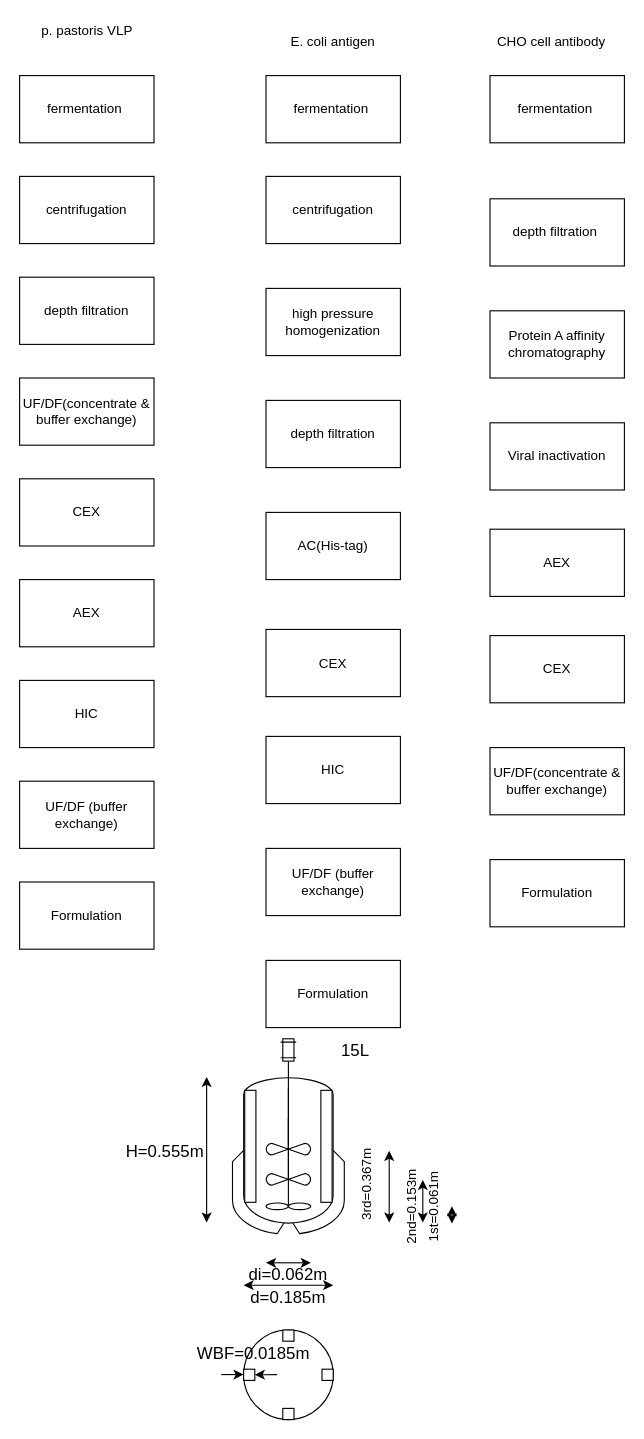
Above: 0033.drawio in ucbeanz/test (draw.io), before the change. Source tidied: cells renumbered, new cells numbered last; positions are measured from the earlier drawing's top-left corner, leaving out a move shared by most shapes. Both pictures are drawn from the tidied source at 112%, with x=0, y=0 at pixel (19, 19).
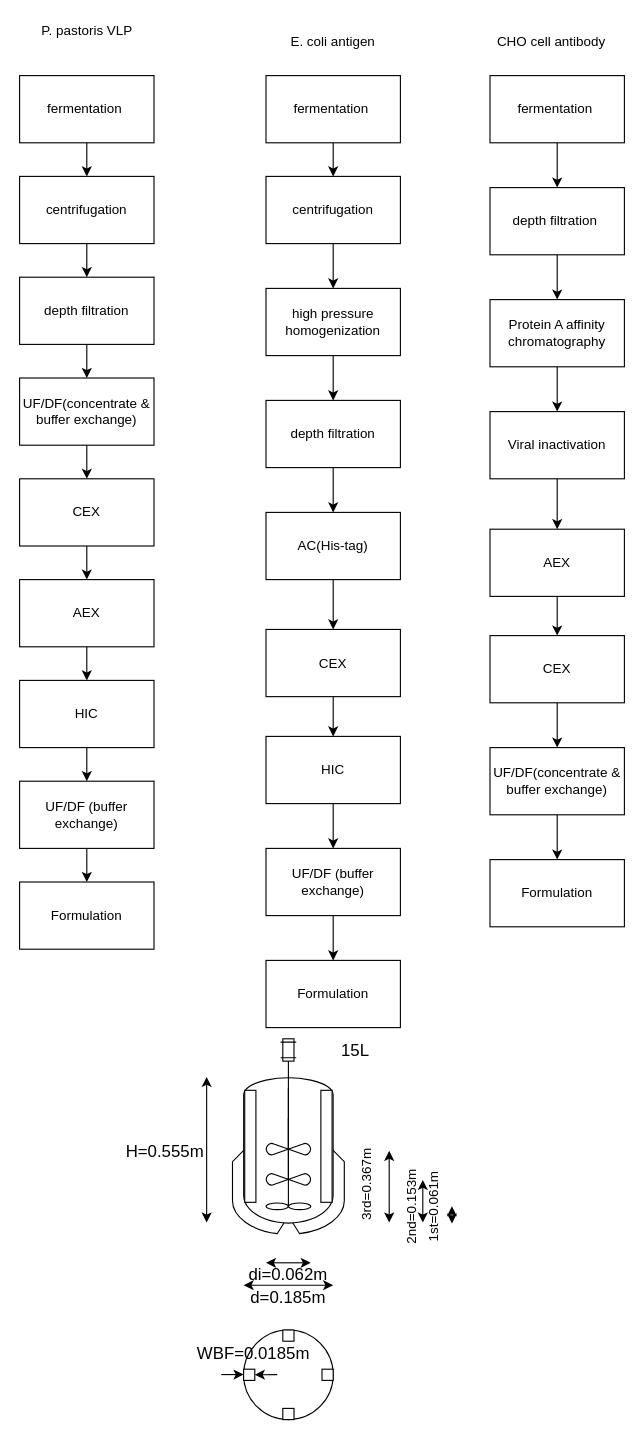
After the change.

Unchanged cells that the change refers to:
```xml
<mxCell id="2" value="fermentation&amp;nbsp;" style="rounded=0;whiteSpace=wrap;html=1;" parent="1" vertex="1">
  <mxGeometry y="50" width="120" height="60" as="geometry" />
</mxCell>
<mxCell id="3" value="centrifugation" style="rounded=0;whiteSpace=wrap;html=1;" parent="1" vertex="1">
  <mxGeometry y="140" width="120" height="60" as="geometry" />
</mxCell>
<mxCell id="4" value="depth filtration" style="rounded=0;whiteSpace=wrap;html=1;" parent="1" vertex="1">
  <mxGeometry y="230" width="120" height="60" as="geometry" />
</mxCell>
<mxCell id="6" value="CEX" style="rounded=0;whiteSpace=wrap;html=1;" parent="1" vertex="1">
  <mxGeometry y="410" width="120" height="60" as="geometry" />
</mxCell>
<mxCell id="7" value="AEX" style="rounded=0;whiteSpace=wrap;html=1;" parent="1" vertex="1">
  <mxGeometry y="500" width="120" height="60" as="geometry" />
</mxCell>
<mxCell id="8" value="HIC" style="rounded=0;whiteSpace=wrap;html=1;" parent="1" vertex="1">
  <mxGeometry y="590" width="120" height="60" as="geometry" />
</mxCell>
<mxCell id="9" value="UF/DF (buffer exchange)" style="rounded=0;whiteSpace=wrap;html=1;" parent="1" vertex="1">
  <mxGeometry y="680" width="120" height="60" as="geometry" />
</mxCell>
<mxCell id="10" value="Formulation" style="rounded=0;whiteSpace=wrap;html=1;" parent="1" vertex="1">
  <mxGeometry y="770" width="120" height="60" as="geometry" />
</mxCell>
<mxCell id="11" value="UF/DF(concentrate &amp;amp; buffer exchange)" style="rounded=0;whiteSpace=wrap;html=1;" parent="1" vertex="1">
  <mxGeometry y="320" width="120" height="60" as="geometry" />
</mxCell>
<mxCell id="39" value="fermentation&amp;nbsp;" style="rounded=0;whiteSpace=wrap;html=1;" parent="1" vertex="1">
  <mxGeometry x="220" y="50" width="120" height="60" as="geometry" />
</mxCell>
<mxCell id="40" value="centrifugation" style="rounded=0;whiteSpace=wrap;html=1;" parent="1" vertex="1">
  <mxGeometry x="220" y="140" width="120" height="60" as="geometry" />
</mxCell>
<mxCell id="41" value="depth filtration" style="rounded=0;whiteSpace=wrap;html=1;" parent="1" vertex="1">
  <mxGeometry x="220" y="340" width="120" height="60" as="geometry" />
</mxCell>
<mxCell id="43" value="fermentation&amp;nbsp;" style="rounded=0;whiteSpace=wrap;html=1;" parent="1" vertex="1">
  <mxGeometry x="420" y="50" width="120" height="60" as="geometry" />
</mxCell>
<mxCell id="46" value="AEX" style="rounded=0;whiteSpace=wrap;html=1;" parent="1" vertex="1">
  <mxGeometry x="420" y="455" width="120" height="60" as="geometry" />
</mxCell>
<mxCell id="47" value="CEX" style="rounded=0;whiteSpace=wrap;html=1;" parent="1" vertex="1">
  <mxGeometry x="420" y="550" width="120" height="60" as="geometry" />
</mxCell>
<mxCell id="49" value="UF/DF(concentrate &amp;amp; buffer exchange)" style="rounded=0;whiteSpace=wrap;html=1;" parent="1" vertex="1">
  <mxGeometry x="420" y="650" width="120" height="60" as="geometry" />
</mxCell>
<mxCell id="50" value="Formulation" style="rounded=0;whiteSpace=wrap;html=1;" parent="1" vertex="1">
  <mxGeometry x="420" y="750" width="120" height="60" as="geometry" />
</mxCell>
<mxCell id="52" value="CEX" style="rounded=0;whiteSpace=wrap;html=1;" parent="1" vertex="1">
  <mxGeometry x="220" y="544.5" width="120" height="60" as="geometry" />
</mxCell>
<mxCell id="53" value="HIC" style="rounded=0;whiteSpace=wrap;html=1;" parent="1" vertex="1">
  <mxGeometry x="220" y="640" width="120" height="60" as="geometry" />
</mxCell>
<mxCell id="54" value="UF/DF (buffer exchange)" style="rounded=0;whiteSpace=wrap;html=1;" parent="1" vertex="1">
  <mxGeometry x="220" y="740" width="120" height="60" as="geometry" />
</mxCell>
<mxCell id="55" value="Formulation" style="rounded=0;whiteSpace=wrap;html=1;" parent="1" vertex="1">
  <mxGeometry x="220" y="840" width="120" height="60" as="geometry" />
</mxCell>
<mxCell id="56" value="AC(His-tag)" style="rounded=0;whiteSpace=wrap;html=1;" parent="1" vertex="1">
  <mxGeometry x="220" y="440" width="120" height="60" as="geometry" />
</mxCell>
<mxCell id="57" value="high pressure homogenization" style="rounded=0;whiteSpace=wrap;html=1;" parent="1" vertex="1">
  <mxGeometry x="220" y="240" width="120" height="60" as="geometry" />
</mxCell>
```

Diff of the diagram source:
```diff
@@
+    <mxCell id="58" style="edgeStyle=orthogonalEdgeStyle;rounded=0;jettySize=auto;html=1;exitX=0.5;exitY=1;exitDx=0;exitDy=0;entryX=0.5;entryY=0;entryDx=0;entryDy=0;" parent="1" edge="1" source="2" target="3">
+      <mxGeometry relative="1" as="geometry" />
+    </mxCell>
@@
+    <mxCell id="59" style="edgeStyle=orthogonalEdgeStyle;rounded=0;jettySize=auto;html=1;exitX=0.5;exitY=1;exitDx=0;exitDy=0;" parent="1" edge="1" source="3" target="4">
+      <mxGeometry relative="1" as="geometry" />
+    </mxCell>
@@
+    <mxCell id="60" style="edgeStyle=orthogonalEdgeStyle;rounded=0;jettySize=auto;html=1;exitX=0.5;exitY=1;exitDx=0;exitDy=0;entryX=0.5;entryY=0;entryDx=0;entryDy=0;" parent="1" edge="1" source="4" target="11">
+      <mxGeometry relative="1" as="geometry" />
+    </mxCell>
@@
-    <mxCell id="5" value="p. pastoris VLP" style="text;html=1;align=center;verticalAlign=middle;" parent="1" vertex="1">
+    <mxCell id="5" value="P. pastoris VLP" style="text;html=1;align=center;verticalAlign=middle;" parent="1" vertex="1">
       <mxGeometry x="10" width="100" height="20" as="geometry" />
     </mxCell>
+    <mxCell id="61" style="edgeStyle=orthogonalEdgeStyle;rounded=0;jettySize=auto;html=1;exitX=0.5;exitY=1;exitDx=0;exitDy=0;entryX=0.5;entryY=0;entryDx=0;entryDy=0;" parent="1" edge="1" source="6" target="7">
+      <mxGeometry relative="1" as="geometry" />
+    </mxCell>
@@
+    <mxCell id="62" style="edgeStyle=orthogonalEdgeStyle;rounded=0;jettySize=auto;html=1;exitX=0.5;exitY=1;exitDx=0;exitDy=0;entryX=0.5;entryY=0;entryDx=0;entryDy=0;" parent="1" edge="1" source="7" target="8">
+      <mxGeometry relative="1" as="geometry" />
+    </mxCell>
@@
+    <mxCell id="63" style="edgeStyle=orthogonalEdgeStyle;rounded=0;jettySize=auto;html=1;exitX=0.5;exitY=1;exitDx=0;exitDy=0;entryX=0.5;entryY=0;entryDx=0;entryDy=0;" parent="1" edge="1" source="8" target="9">
+      <mxGeometry relative="1" as="geometry" />
+    </mxCell>
@@
+    <mxCell id="64" style="edgeStyle=orthogonalEdgeStyle;rounded=0;jettySize=auto;html=1;exitX=0.5;exitY=1;exitDx=0;exitDy=0;" parent="1" edge="1" source="9" target="10">
+      <mxGeometry relative="1" as="geometry" />
+    </mxCell>
@@
+    <mxCell id="65" style="edgeStyle=orthogonalEdgeStyle;rounded=0;jettySize=auto;html=1;" parent="1" edge="1" source="11" target="6">
+      <mxGeometry relative="1" as="geometry" />
+    </mxCell>
@@
+    <mxCell id="66" style="edgeStyle=orthogonalEdgeStyle;rounded=0;jettySize=auto;html=1;exitX=0.5;exitY=1;exitDx=0;exitDy=0;entryX=0.5;entryY=0;entryDx=0;entryDy=0;" parent="1" edge="1" source="39" target="40">
+      <mxGeometry relative="1" as="geometry" />
+    </mxCell>
@@
+    <mxCell id="67" style="edgeStyle=orthogonalEdgeStyle;rounded=0;jettySize=auto;html=1;exitX=0.5;exitY=1;exitDx=0;exitDy=0;entryX=0.5;entryY=0;entryDx=0;entryDy=0;" parent="1" edge="1" source="40" target="57">
+      <mxGeometry relative="1" as="geometry" />
+    </mxCell>
@@
+    <mxCell id="68" style="edgeStyle=orthogonalEdgeStyle;rounded=0;jettySize=auto;html=1;exitX=0.5;exitY=1;exitDx=0;exitDy=0;entryX=0.5;entryY=0;entryDx=0;entryDy=0;" parent="1" edge="1" source="41" target="56">
+      <mxGeometry relative="1" as="geometry" />
+    </mxCell>
@@
+    <mxCell id="69" style="edgeStyle=orthogonalEdgeStyle;rounded=0;jettySize=auto;html=1;exitX=0.5;exitY=1;exitDx=0;exitDy=0;entryX=0.5;entryY=0;entryDx=0;entryDy=0;" parent="1" edge="1" source="43" target="44">
+      <mxGeometry relative="1" as="geometry" />
+    </mxCell>
@@
+    <mxCell id="70" style="edgeStyle=orthogonalEdgeStyle;rounded=0;jettySize=auto;html=1;exitX=0.5;exitY=1;exitDx=0;exitDy=0;" parent="1" edge="1" source="44" target="45">
+      <mxGeometry relative="1" as="geometry" />
+    </mxCell>
     <mxCell id="44" value="depth filtration&amp;nbsp;" style="rounded=0;whiteSpace=wrap;html=1;" parent="1" vertex="1">
-      <mxGeometry x="420" y="160" width="120" height="60" as="geometry" />
+      <mxGeometry x="420" y="150" width="120" height="60" as="geometry" />
     </mxCell>
+    <mxCell id="71" style="edgeStyle=orthogonalEdgeStyle;rounded=0;jettySize=auto;html=1;exitX=0.5;exitY=1;exitDx=0;exitDy=0;entryX=0.5;entryY=0;entryDx=0;entryDy=0;" parent="1" edge="1" source="45" target="48">
+      <mxGeometry relative="1" as="geometry" />
+    </mxCell>
     <mxCell id="45" value="Protein A affinity chromatography" style="rounded=0;whiteSpace=wrap;html=1;" parent="1" vertex="1">
-      <mxGeometry x="420" y="260" width="120" height="60" as="geometry" />
+      <mxGeometry x="420" y="250" width="120" height="60" as="geometry" />
     </mxCell>
+    <mxCell id="72" style="edgeStyle=orthogonalEdgeStyle;rounded=0;jettySize=auto;html=1;exitX=0.5;exitY=1;exitDx=0;exitDy=0;entryX=0.5;entryY=0;entryDx=0;entryDy=0;" parent="1" edge="1" source="46" target="47">
+      <mxGeometry relative="1" as="geometry" />
+    </mxCell>
@@
+    <mxCell id="73" style="edgeStyle=orthogonalEdgeStyle;rounded=0;jettySize=auto;html=1;exitX=0.5;exitY=1;exitDx=0;exitDy=0;entryX=0.5;entryY=0;entryDx=0;entryDy=0;" parent="1" edge="1" source="47" target="49">
+      <mxGeometry relative="1" as="geometry" />
+    </mxCell>
@@
+    <mxCell id="74" style="edgeStyle=orthogonalEdgeStyle;rounded=0;jettySize=auto;html=1;exitX=0.5;exitY=1;exitDx=0;exitDy=0;entryX=0.5;entryY=0;entryDx=0;entryDy=0;" parent="1" edge="1" source="48" target="46">
+      <mxGeometry relative="1" as="geometry" />
+    </mxCell>
     <mxCell id="48" value="Viral inactivation" style="rounded=0;whiteSpace=wrap;html=1;" parent="1" vertex="1">
-      <mxGeometry x="420" y="360" width="120" height="60" as="geometry" />
+      <mxGeometry x="420" y="350" width="120" height="60" as="geometry" />
     </mxCell>
+    <mxCell id="75" style="edgeStyle=orthogonalEdgeStyle;rounded=0;jettySize=auto;html=1;exitX=0.5;exitY=1;exitDx=0;exitDy=0;entryX=0.5;entryY=0;entryDx=0;entryDy=0;" parent="1" edge="1" source="49" target="50">
+      <mxGeometry relative="1" as="geometry" />
+    </mxCell>
@@
+    <mxCell id="76" style="edgeStyle=orthogonalEdgeStyle;rounded=0;jettySize=auto;html=1;exitX=0.5;exitY=1;exitDx=0;exitDy=0;entryX=0.5;entryY=0;entryDx=0;entryDy=0;" parent="1" edge="1" source="52" target="53">
+      <mxGeometry relative="1" as="geometry" />
+    </mxCell>
@@
+    <mxCell id="77" style="edgeStyle=orthogonalEdgeStyle;rounded=0;jettySize=auto;html=1;exitX=0.5;exitY=1;exitDx=0;exitDy=0;entryX=0.5;entryY=0;entryDx=0;entryDy=0;" parent="1" edge="1" source="53" target="54">
+      <mxGeometry relative="1" as="geometry" />
+    </mxCell>
@@
+    <mxCell id="78" style="edgeStyle=orthogonalEdgeStyle;rounded=0;jettySize=auto;html=1;exitX=0.5;exitY=1;exitDx=0;exitDy=0;" parent="1" edge="1" source="54" target="55">
+      <mxGeometry relative="1" as="geometry" />
+    </mxCell>
@@
+    <mxCell id="79" style="edgeStyle=orthogonalEdgeStyle;rounded=0;jettySize=auto;html=1;exitX=0.5;exitY=1;exitDx=0;exitDy=0;entryX=0.5;entryY=0;entryDx=0;entryDy=0;" parent="1" edge="1" source="56" target="52">
+      <mxGeometry relative="1" as="geometry" />
+    </mxCell>
@@
+    <mxCell id="80" style="edgeStyle=orthogonalEdgeStyle;rounded=0;jettySize=auto;html=1;exitX=0.5;exitY=1;exitDx=0;exitDy=0;entryX=0.5;entryY=0;entryDx=0;entryDy=0;" parent="1" edge="1" source="57" target="41">
+      <mxGeometry relative="1" as="geometry" />
+    </mxCell>
```
